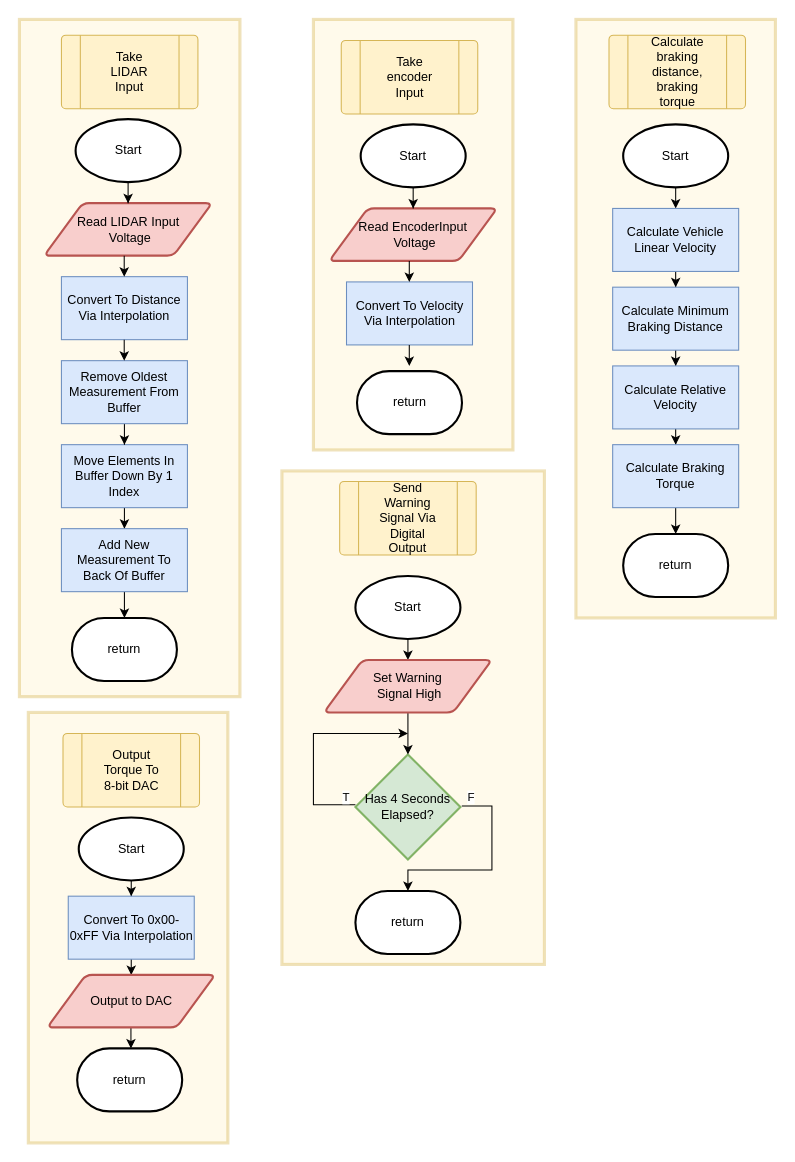
Earlier version of the draw.io diagram page "low_level" (2 of 2) of braking.drawio (Jiarong-Zhang/a2_braking). Source tidied: cells renumbered, new cells numbered last; positions are measured from the earlier drawing's top-left corner, leaving out a move shared by most shapes. Both pictures are drawn from the tidied source at 105%, with x=0, y=0 at pixel (19, 19).
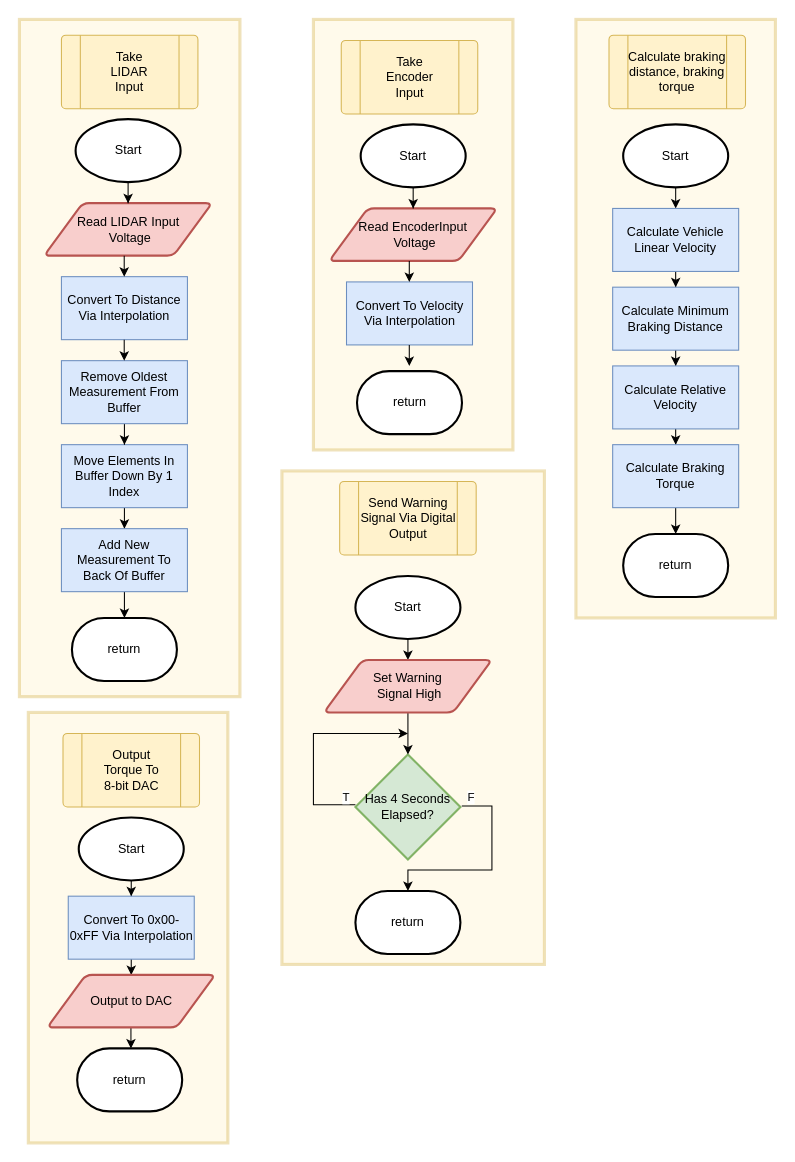
After the change.

Unchanged cells that the change refers to:
```xml
<mxCell id="28" style="group;" parent="1" vertex="1">
  <mxGeometry x="306.5" y="20" width="130" height="70" as="geometry" />
</mxCell>
<mxCell id="35" style="group;" parent="1" vertex="1">
  <mxGeometry x="561.5" y="15" width="130" height="70" as="geometry" />
</mxCell>
```

What changed in the source:
```diff
@@
-    <mxCell id="30" value="Take encoder Input" style="text;html=1;strokeColor=none;fillColor=none;align=center;verticalAlign=middle;whiteSpace=wrap;rounded=0;" parent="28" vertex="1">
+    <mxCell id="30" value="Take Encoder Input" style="text;html=1;strokeColor=none;fillColor=none;align=center;verticalAlign=middle;whiteSpace=wrap;rounded=0;" parent="28" vertex="1">
       <mxGeometry x="35" y="20" width="60" height="30" as="geometry" />
     </mxCell>
@@
     <mxCell id="37" value="Calculate braking distance, braking torque" style="text;html=1;strokeColor=none;fillColor=none;align=center;verticalAlign=middle;whiteSpace=wrap;rounded=0;" parent="35" vertex="1">
-      <mxGeometry x="35" y="20" width="60" height="30" as="geometry" />
+      <mxGeometry x="12.5" y="20" width="105" height="30" as="geometry" />
     </mxCell>
@@
     <mxCell id="50" style="group;" parent="1" vertex="1">
-      <mxGeometry x="305" y="440" width="130" height="70" as="geometry" />
+      <mxGeometry x="305" y="440" width="140" height="70" as="geometry" />
     </mxCell>
@@
     <mxCell id="52" value="Send Warning Signal Via Digital Output" style="text;html=1;strokeColor=none;fillColor=none;align=center;verticalAlign=middle;whiteSpace=wrap;rounded=0;" parent="50" vertex="1">
-      <mxGeometry x="35" y="20" width="60" height="30" as="geometry" />
+      <mxGeometry x="12.5" y="20" width="105" height="30" as="geometry" />
     </mxCell>
```
